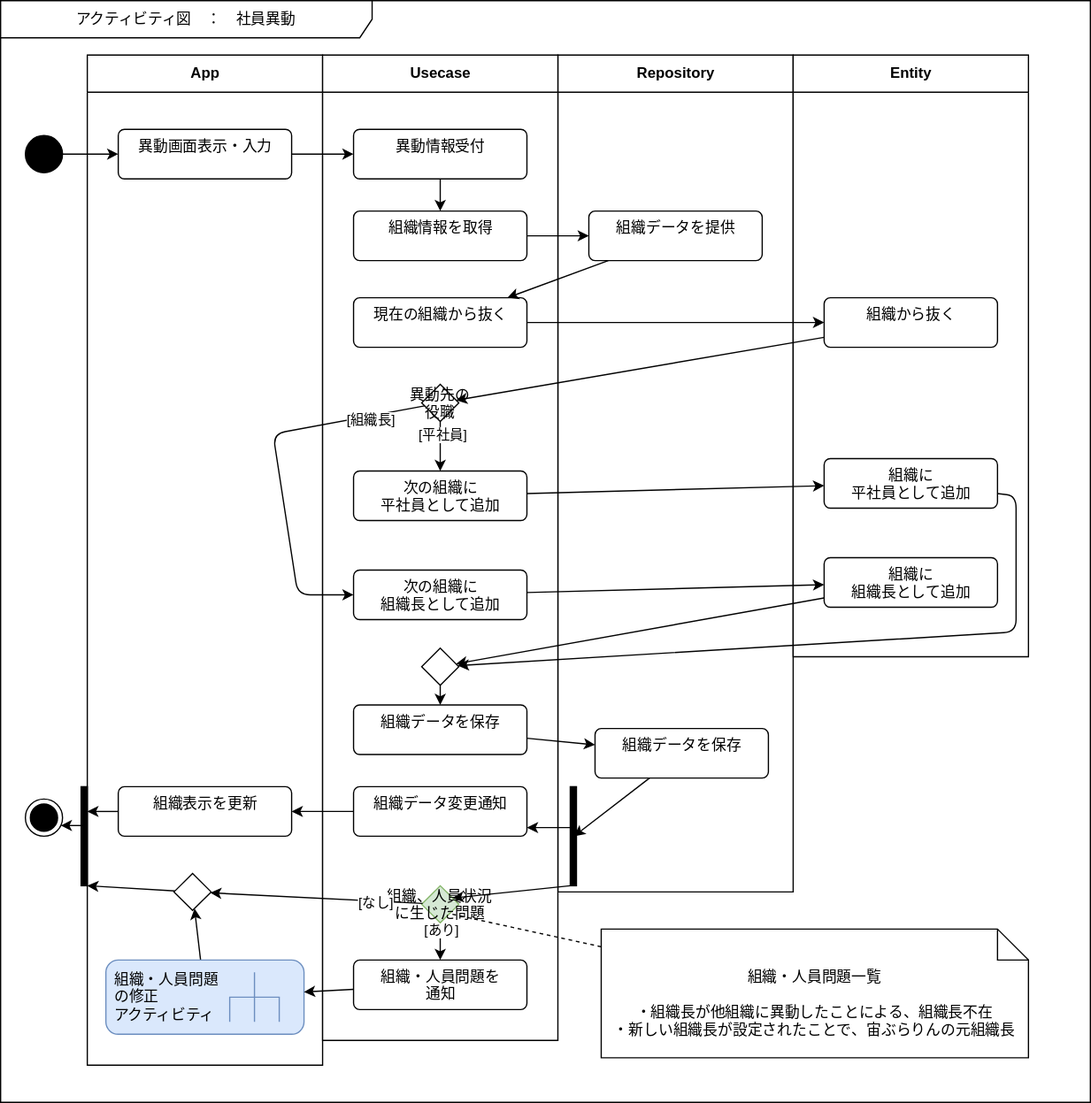
The draw.io diagram Designs/アクティビティ/社員異動.svg in bosssanovar/LightMvvmSample, before a commit. Source tidied: cells renumbered, new cells last; positions are measured from the earlier drawing's top-left corner, leaving out a move shared by most shapes.
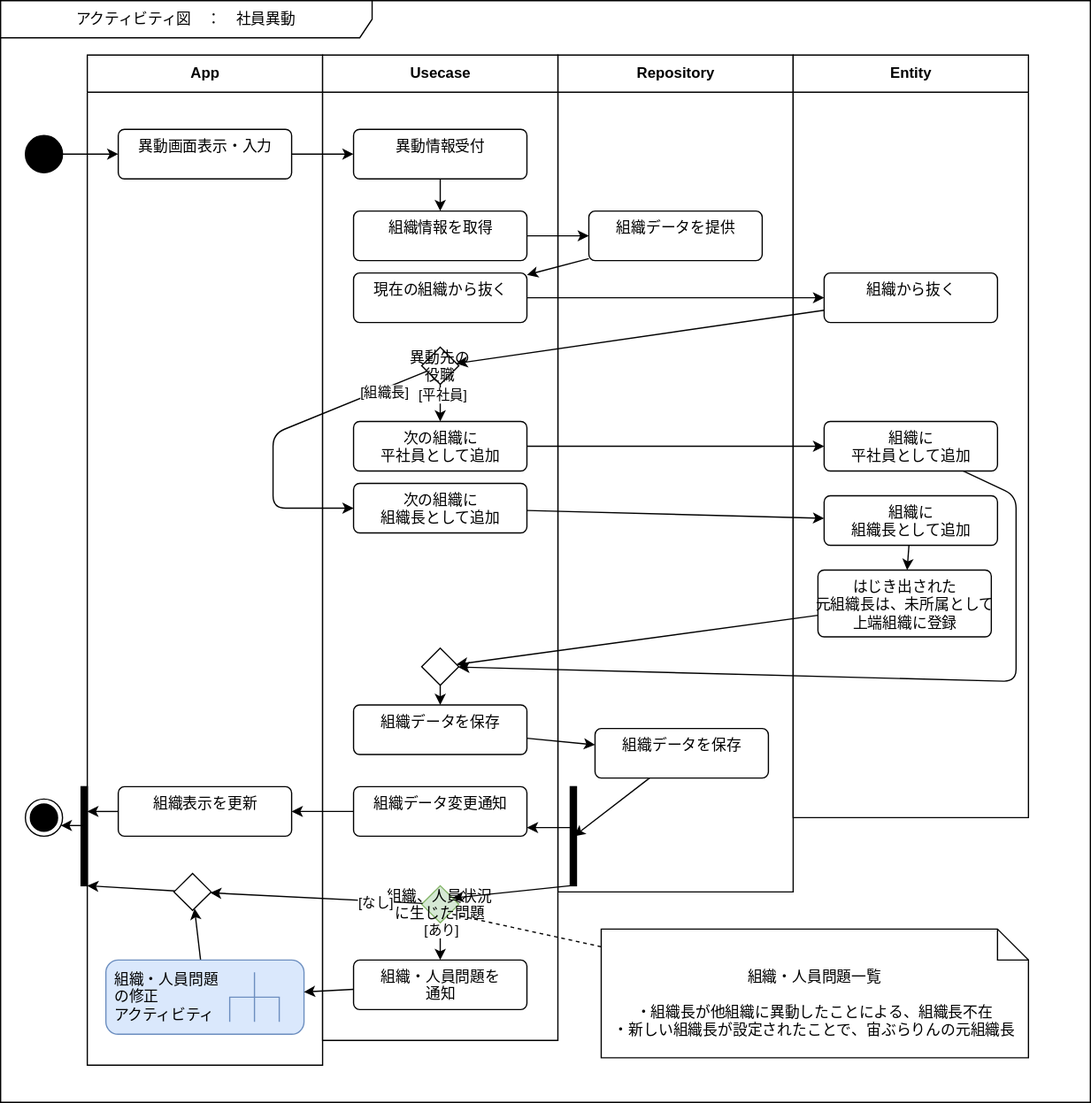
Above is the later version.

Change to the diagram source:
```diff
@@ -23,17 +23,23 @@
       <mxGeometry x="10" y="591" width="5" height="80" as="geometry" />
     </mxCell>
     <mxCell id="8" value="Entity" style="swimlane;fontStyle=1;align=center;horizontal=1;startSize=30;html=1;swimlaneFillColor=#FFFFFF;" parent="1" vertex="1">
-      <mxGeometry x="640" y="44" width="190" height="486" as="geometry" />
+      <mxGeometry x="640" y="44" width="190" height="616" as="geometry" />
     </mxCell>
     <mxCell id="9" value="組織から抜く" style="html=1;align=center;verticalAlign=top;rounded=1;absoluteArcSize=1;arcSize=10;dashed=0;" parent="8" vertex="1">
-      <mxGeometry x="25" y="196" width="140" height="40" as="geometry" />
+      <mxGeometry x="25" y="176" width="140" height="40" as="geometry" />
     </mxCell>
     <mxCell id="10" value="組織に&lt;br&gt;平社員として追加" style="html=1;align=center;verticalAlign=top;rounded=1;absoluteArcSize=1;arcSize=10;dashed=0;" parent="8" vertex="1">
-      <mxGeometry x="25" y="326" width="140" height="40" as="geometry" />
+      <mxGeometry x="25" y="296" width="140" height="40" as="geometry" />
     </mxCell>
     <mxCell id="11" value="組織に&lt;br&gt;組織長として追加" style="html=1;align=center;verticalAlign=top;rounded=1;absoluteArcSize=1;arcSize=10;dashed=0;" parent="8" vertex="1">
-      <mxGeometry x="25" y="406" width="140" height="40" as="geometry" />
+      <mxGeometry x="25" y="356" width="140" height="40" as="geometry" />
     </mxCell>
+    <mxCell id="63" value="はじき出された&lt;br&gt;元組織長は、未所属として&lt;br&gt;上端組織に登録" style="html=1;align=center;verticalAlign=top;rounded=1;absoluteArcSize=1;arcSize=10;dashed=0;" parent="8" vertex="1">
+      <mxGeometry x="20" y="416" width="140" height="54" as="geometry" />
+    </mxCell>
+    <mxCell id="62" style="edgeStyle=none;html=1;endArrow=classic;endFill=1;" parent="8" edge="1" source="11" target="63">
+      <mxGeometry relative="1" as="geometry" />
+    </mxCell>
     <mxCell id="12" value="App" style="swimlane;fontStyle=1;align=center;horizontal=1;startSize=30;html=1;swimlaneFillColor=#FFFFFF;" parent="1" vertex="1">
       <mxGeometry x="70" y="44" width="190" height="816" as="geometry" />
     </mxCell>
@@ -71,13 +77,13 @@
       <mxGeometry x="25" y="60" width="140" height="40" as="geometry" />
     </mxCell>
     <mxCell id="24" value="現在の組織から抜く" style="html=1;align=center;verticalAlign=top;rounded=1;absoluteArcSize=1;arcSize=10;dashed=0;" parent="21" vertex="1">
-      <mxGeometry x="25" y="196" width="140" height="40" as="geometry" />
+      <mxGeometry x="25" y="176" width="140" height="40" as="geometry" />
     </mxCell>
     <mxCell id="25" value="組織情報を取得" style="html=1;align=center;verticalAlign=top;rounded=1;absoluteArcSize=1;arcSize=10;dashed=0;" parent="21" vertex="1">
       <mxGeometry x="25" y="126" width="140" height="40" as="geometry" />
     </mxCell>
     <mxCell id="26" value="次の組織に&lt;br&gt;平社員として追加" style="html=1;align=center;verticalAlign=top;rounded=1;absoluteArcSize=1;arcSize=10;dashed=0;" parent="21" vertex="1">
-      <mxGeometry x="25" y="336" width="140" height="40" as="geometry" />
+      <mxGeometry x="25" y="296" width="140" height="40" as="geometry" />
     </mxCell>
     <mxCell id="27" value="組織データを保存" style="html=1;align=center;verticalAlign=top;rounded=1;absoluteArcSize=1;arcSize=10;dashed=0;" parent="21" vertex="1">
       <mxGeometry x="25" y="525" width="140" height="40" as="geometry" />
@@ -95,7 +101,7 @@
       <mxGeometry relative="1" as="geometry">
         <Array as="points">
           <mxPoint x="-40" y="306" />
-          <mxPoint x="-20" y="436" />
+          <mxPoint x="-40" y="366" />
         </Array>
       </mxGeometry>
     </mxCell>
@@ -105,7 +111,7 @@
       </mxGeometry>
     </mxCell>
     <mxCell id="33" value="異動先の&#10;役職" style="rhombus;" parent="21" vertex="1">
-      <mxGeometry x="80" y="266" width="30" height="30" as="geometry" />
+      <mxGeometry x="80" y="236" width="30" height="30" as="geometry" />
     </mxCell>
     <mxCell id="34" style="edgeStyle=none;html=1;" parent="21" edge="1" source="35" target="27">
       <mxGeometry relative="1" as="geometry" />
@@ -126,7 +132,7 @@
       <mxGeometry x="25" y="731" width="140" height="40" as="geometry" />
     </mxCell>
     <mxCell id="40" value="次の組織に&lt;br&gt;組織長として追加" style="html=1;align=center;verticalAlign=top;rounded=1;absoluteArcSize=1;arcSize=10;dashed=0;" parent="21" vertex="1">
-      <mxGeometry x="25" y="416" width="140" height="40" as="geometry" />
+      <mxGeometry x="25" y="346" width="140" height="40" as="geometry" />
     </mxCell>
     <mxCell id="41" style="edgeStyle=none;html=1;" parent="1" edge="1" source="42" target="13">
       <mxGeometry relative="1" as="geometry" />
@@ -153,7 +159,7 @@
       <mxGeometry relative="1" as="geometry">
         <Array as="points">
           <mxPoint x="820" y="400" />
-          <mxPoint x="820" y="510" />
+          <mxPoint x="820" y="550" />
         </Array>
       </mxGeometry>
     </mxCell>
@@ -196,8 +202,8 @@
     <mxCell id="61" style="edgeStyle=none;html=1;endArrow=classic;endFill=1;" parent="1" edge="1" source="40" target="11">
       <mxGeometry relative="1" as="geometry" />
     </mxCell>
-    <mxCell id="62" style="edgeStyle=none;html=1;endArrow=classic;endFill=1;" parent="1" edge="1" source="11" target="35">
-      <mxGeometry relative="1" as="geometry" />
-    </mxCell>
+    <mxCell id="64" style="edgeStyle=none;html=1;" parent="1" edge="1" source="63" target="35">
+      <mxGeometry relative="1" as="geometry" />
+    </mxCell>
   </root>
 </mxGraphModel>
```
